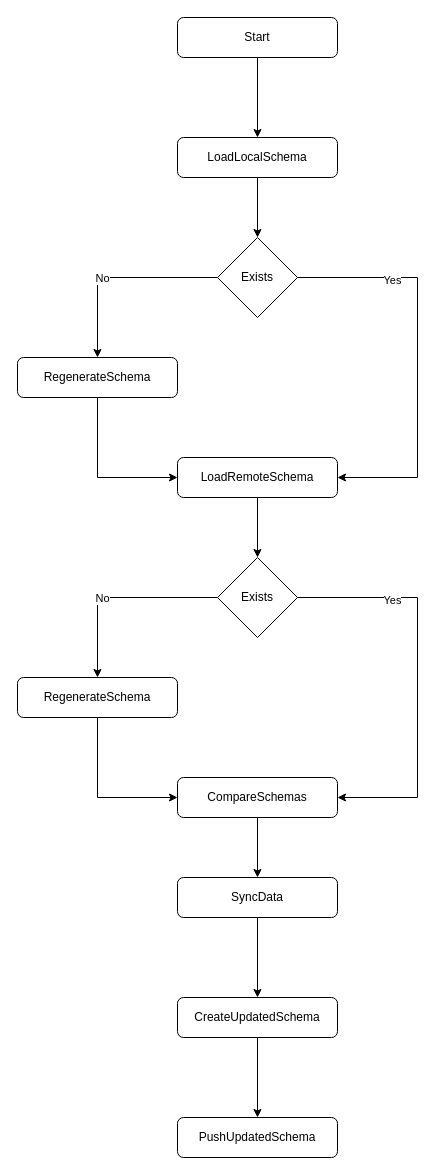
This is Diagrams/SyncLogic.drawio from andrex903/OdenFlow, a draw.io file, before an edit. Source tidied: cells renumbered, new cells numbered last; positions are measured from the earlier drawing's top-left corner, leaving out a move shared by most shapes. Both pictures are drawn from the tidied source at 100%, with x=0, y=0 at pixel (17, 17).
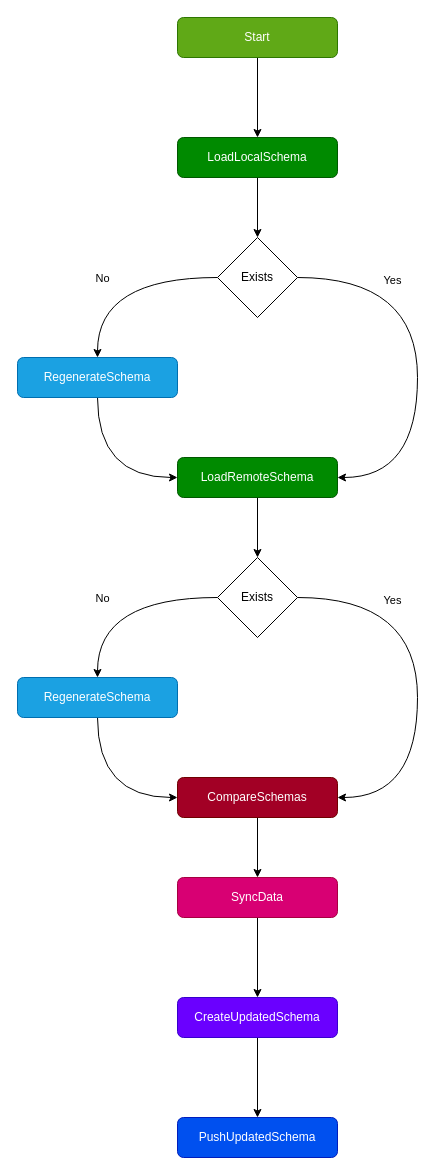
Above is the later version.

Unchanged cells that the change refers to:
```xml
<mxCell id="12" value="Exists" style="rhombus;whiteSpace=wrap;html=1;" parent="1" vertex="1">
  <mxGeometry x="200" y="220" width="80" height="80" as="geometry" />
</mxCell>
<mxCell id="21" value="Exists" style="rhombus;whiteSpace=wrap;html=1;" parent="1" vertex="1">
  <mxGeometry x="200" y="540" width="80" height="80" as="geometry" />
</mxCell>
```

Diff of the diagram source:
```diff
@@
-    <mxCell id="3" value="Start" style="rounded=1;whiteSpace=wrap;html=1;" parent="1" vertex="1">
+    <mxCell id="3" value="Start" style="rounded=1;whiteSpace=wrap;html=1;fillColor=#60a917;fontColor=#ffffff;strokeColor=#2D7600;" parent="1" vertex="1">
       <mxGeometry x="160" width="160" height="40" as="geometry" />
     </mxCell>
@@
-    <mxCell id="5" value="LoadLocalSchema" style="rounded=1;whiteSpace=wrap;html=1;" parent="1" vertex="1">
+    <mxCell id="5" value="LoadLocalSchema" style="rounded=1;whiteSpace=wrap;html=1;fillColor=#008a00;fontColor=#ffffff;strokeColor=#005700;" parent="1" vertex="1">
       <mxGeometry x="160" y="120" width="160" height="40" as="geometry" />
     </mxCell>
@@
-    <mxCell id="7" value="LoadRemoteSchema" style="rounded=1;whiteSpace=wrap;html=1;" parent="1" vertex="1">
+    <mxCell id="7" value="LoadRemoteSchema" style="rounded=1;whiteSpace=wrap;html=1;fillColor=#008a00;fontColor=#ffffff;strokeColor=#005700;" parent="1" vertex="1">
       <mxGeometry x="160" y="440" width="160" height="40" as="geometry" />
     </mxCell>
-    <mxCell id="8" style="edgeStyle=orthogonalEdgeStyle;rounded=0;jettySize=auto;html=1;entryX=1;entryY=0.5;entryDx=0;entryDy=0;" parent="1" edge="1" source="12" target="7">
+    <mxCell id="8" style="edgeStyle=orthogonalEdgeStyle;jettySize=auto;html=1;entryX=1;entryY=0.5;entryDx=0;entryDy=0;curved=1;" parent="1" edge="1" source="12" target="7">
       <mxGeometry relative="1" as="geometry">
         <Array as="points">
           <mxPoint x="400" y="260" />
           <mxPoint x="400" y="460" />
         </Array>
       </mxGeometry>
     </mxCell>
@@
-    <mxCell id="10" style="edgeStyle=orthogonalEdgeStyle;rounded=0;jettySize=auto;html=1;entryX=0.5;entryY=0;entryDx=0;entryDy=0;" parent="1" edge="1" source="12" target="14">
+    <mxCell id="10" style="edgeStyle=orthogonalEdgeStyle;jettySize=auto;html=1;entryX=0.5;entryY=0;entryDx=0;entryDy=0;curved=1;" parent="1" edge="1" source="12" target="14">
       <mxGeometry relative="1" as="geometry" />
     </mxCell>
@@
-    <mxCell id="13" style="edgeStyle=orthogonalEdgeStyle;rounded=0;jettySize=auto;html=1;entryX=0;entryY=0.5;entryDx=0;entryDy=0;" parent="1" edge="1" source="14" target="7">
+    <mxCell id="13" style="edgeStyle=orthogonalEdgeStyle;jettySize=auto;html=1;entryX=0;entryY=0.5;entryDx=0;entryDy=0;curved=1;" parent="1" edge="1" source="14" target="7">
       <mxGeometry relative="1" as="geometry" />
     </mxCell>
-    <mxCell id="14" value="RegenerateSchema" style="rounded=1;whiteSpace=wrap;html=1;" parent="1" vertex="1">
+    <mxCell id="14" value="RegenerateSchema" style="rounded=1;whiteSpace=wrap;html=1;fillColor=#1ba1e2;fontColor=#ffffff;strokeColor=#006EAF;" parent="1" vertex="1">
       <mxGeometry y="340" width="160" height="40" as="geometry" />
     </mxCell>
@@
-    <mxCell id="16" value="CompareSchemas" style="rounded=1;whiteSpace=wrap;html=1;" parent="1" vertex="1">
+    <mxCell id="16" value="CompareSchemas" style="rounded=1;whiteSpace=wrap;html=1;fillColor=#a20025;fontColor=#ffffff;strokeColor=#6F0000;" parent="1" vertex="1">
       <mxGeometry x="160" y="760" width="160" height="40" as="geometry" />
     </mxCell>
-    <mxCell id="17" style="edgeStyle=orthogonalEdgeStyle;rounded=0;jettySize=auto;html=1;entryX=1;entryY=0.5;entryDx=0;entryDy=0;" parent="1" edge="1" source="21" target="16">
+    <mxCell id="17" style="edgeStyle=orthogonalEdgeStyle;jettySize=auto;html=1;entryX=1;entryY=0.5;entryDx=0;entryDy=0;curved=1;" parent="1" edge="1" source="21" target="16">
       <mxGeometry relative="1" as="geometry">
         <Array as="points">
           <mxPoint x="400" y="580" />
           <mxPoint x="400" y="780" />
         </Array>
       </mxGeometry>
     </mxCell>
@@
-    <mxCell id="19" style="edgeStyle=orthogonalEdgeStyle;rounded=0;jettySize=auto;html=1;entryX=0.5;entryY=0;entryDx=0;entryDy=0;" parent="1" edge="1" source="21" target="23">
+    <mxCell id="19" style="edgeStyle=orthogonalEdgeStyle;jettySize=auto;html=1;entryX=0.5;entryY=0;entryDx=0;entryDy=0;curved=1;" parent="1" edge="1" source="21" target="23">
       <mxGeometry relative="1" as="geometry">
         <Array as="points">
           <mxPoint x="80" y="580" />
         </Array>
       </mxGeometry>
     </mxCell>
@@
-    <mxCell id="22" style="edgeStyle=orthogonalEdgeStyle;rounded=0;jettySize=auto;html=1;entryX=0;entryY=0.5;entryDx=0;entryDy=0;" parent="1" edge="1" source="23" target="16">
+    <mxCell id="22" style="edgeStyle=orthogonalEdgeStyle;jettySize=auto;html=1;entryX=0;entryY=0.5;entryDx=0;entryDy=0;curved=1;" parent="1" edge="1" source="23" target="16">
       <mxGeometry relative="1" as="geometry" />
     </mxCell>
-    <mxCell id="23" value="RegenerateSchema" style="rounded=1;whiteSpace=wrap;html=1;" parent="1" vertex="1">
+    <mxCell id="23" value="RegenerateSchema" style="rounded=1;whiteSpace=wrap;html=1;fillColor=#1ba1e2;fontColor=#ffffff;strokeColor=#006EAF;" parent="1" vertex="1">
       <mxGeometry y="660" width="160" height="40" as="geometry" />
     </mxCell>
@@
-    <mxCell id="25" value="SyncData" style="rounded=1;whiteSpace=wrap;html=1;" parent="1" vertex="1">
+    <mxCell id="25" value="SyncData" style="rounded=1;whiteSpace=wrap;html=1;fillColor=#d80073;fontColor=#ffffff;strokeColor=#A50040;" parent="1" vertex="1">
       <mxGeometry x="160" y="860" width="160" height="40" as="geometry" />
     </mxCell>
@@
-    <mxCell id="27" value="CreateUpdatedSchema" style="rounded=1;whiteSpace=wrap;html=1;" parent="1" vertex="1">
+    <mxCell id="27" value="CreateUpdatedSchema" style="rounded=1;whiteSpace=wrap;html=1;fillColor=#6a00ff;fontColor=#ffffff;strokeColor=#3700CC;" parent="1" vertex="1">
       <mxGeometry x="160" y="980" width="160" height="40" as="geometry" />
     </mxCell>
-    <mxCell id="28" value="PushUpdatedSchema" style="rounded=1;whiteSpace=wrap;html=1;" parent="1" vertex="1">
+    <mxCell id="28" value="PushUpdatedSchema" style="rounded=1;whiteSpace=wrap;html=1;fillColor=#0050ef;fontColor=#ffffff;strokeColor=#001DBC;" parent="1" vertex="1">
       <mxGeometry x="160" y="1100" width="160" height="40" as="geometry" />
     </mxCell>
```
